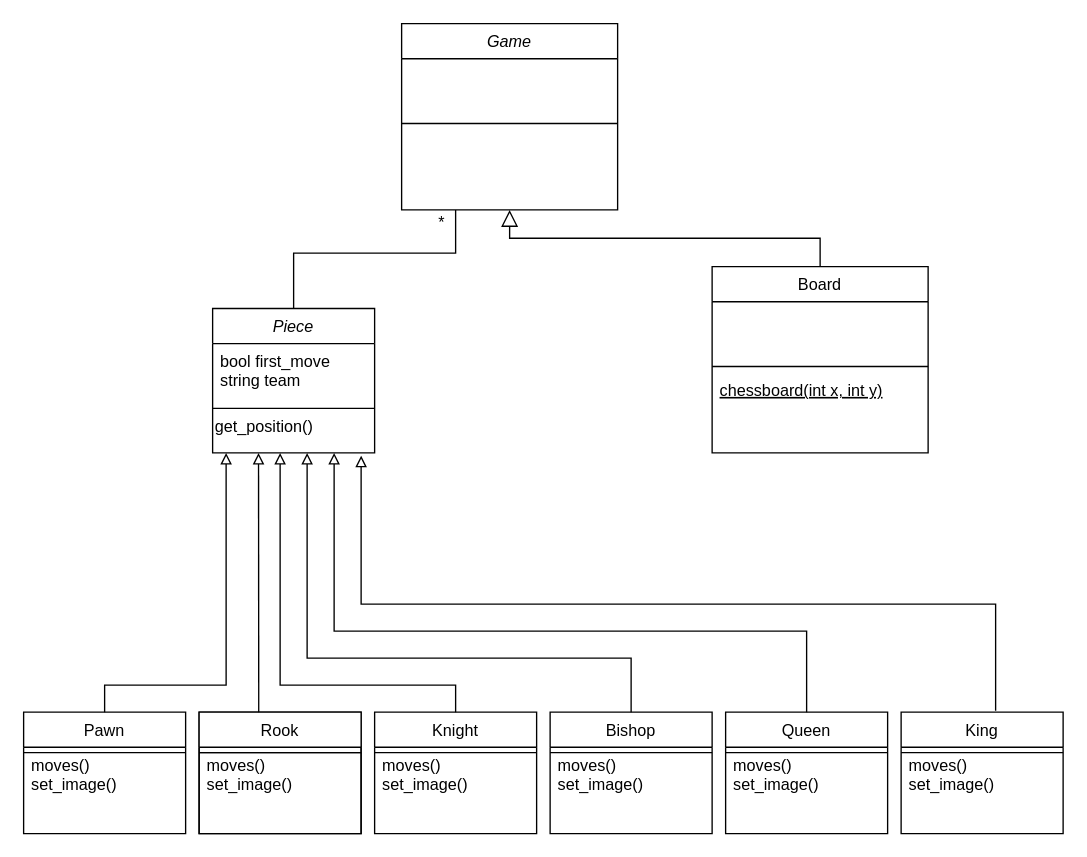
Before: images/Untitled Diagram.drawio in Knackie/chess, a draw.io diagram. Source tidied: cells renumbered, new cells numbered last; positions are measured from the earlier drawing's top-left corner, leaving out a move shared by most shapes. Both pictures are drawn from the tidied source at 135%, with x=0, y=0 at pixel (23, 23).
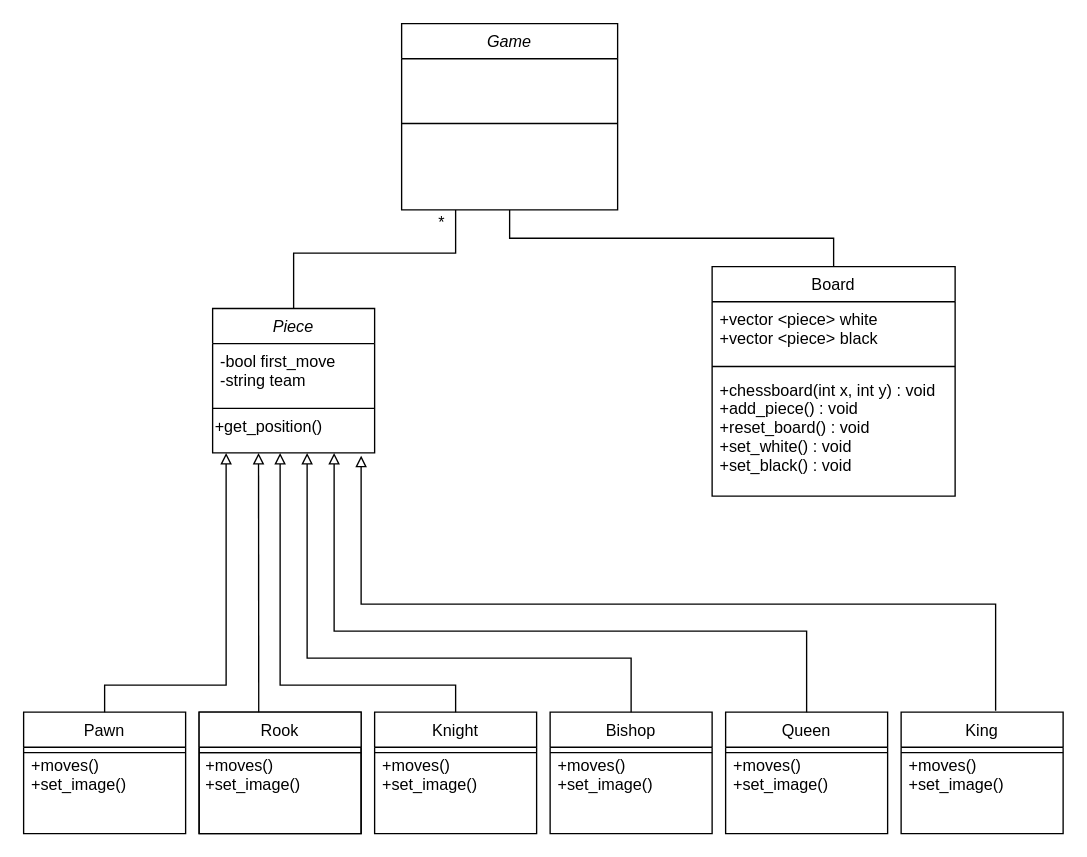
Above is the later version.

Unchanged cells that the change refers to:
```xml
<mxCell id="3" value="Game" style="swimlane;fontStyle=2;align=center;verticalAlign=top;horizontal=1;startSize=26;rounded=0;shadow=0;strokeWidth=1;" parent="1" vertex="1">
  <mxGeometry x="280" width="160" height="138" as="geometry" />
</mxCell>
<mxCell id="30" value="Piece" style="swimlane;fontStyle=2;align=center;verticalAlign=top;horizontal=1;startSize=26;rounded=0;shadow=0;strokeWidth=1;" parent="1" vertex="1">
  <mxGeometry x="140" y="211" width="120" height="107" as="geometry" />
</mxCell>
```

What changed in the source:
```diff
@@
-    <mxCell id="2" style="endArrow=block;endSize=10;endFill=0;shadow=0;strokeWidth=1;rounded=0;edgeStyle=elbowEdgeStyle;elbow=vertical;" parent="1" edge="1" source="26" target="3">
+    <mxCell id="2" style="endArrow=none;endSize=10;endFill=0;shadow=0;strokeWidth=1;rounded=0;edgeStyle=elbowEdgeStyle;elbow=vertical;" parent="1" edge="1" source="26" target="3">
       <mxGeometry relative="1" as="geometry" />
     </mxCell>
@@
-    <mxCell id="6" value="moves()&#10;set_image()&#10;&#10;&#10;" style="text;align=left;verticalAlign=top;spacingLeft=4;spacingRight=4;overflow=hidden;" parent="1" vertex="1">
+    <mxCell id="6" value="+moves()&#10;+set_image()&#10;&#10;&#10;" style="text;align=left;verticalAlign=top;spacingLeft=4;spacingRight=4;overflow=hidden;" parent="1" vertex="1">
       <mxGeometry y="536" width="120" height="44" as="geometry" />
     </mxCell>
-    <mxCell id="7" value="moves()&#10;set_image()&#10;&#10;&#10;" style="text;align=left;verticalAlign=top;spacingLeft=4;spacingRight=4;overflow=hidden;" parent="1" vertex="1">
-      <mxGeometry x="130" y="536" width="120" height="44" as="geometry" />
+    <mxCell id="7" value="+moves()&#10;+set_image()&#10;&#10;&#10;" style="text;align=left;verticalAlign=top;spacingLeft=4;spacingRight=4;overflow=hidden;" parent="1" vertex="1">
+      <mxGeometry x="129" y="536" width="120" height="44" as="geometry" />
     </mxCell>
-    <mxCell id="8" value="moves()&#10;set_image()&#10;&#10;&#10;" style="text;align=left;verticalAlign=top;spacingLeft=4;spacingRight=4;overflow=hidden;" parent="1" vertex="1">
+    <mxCell id="8" value="+moves()&#10;+set_image()&#10;&#10;&#10;" style="text;align=left;verticalAlign=top;spacingLeft=4;spacingRight=4;overflow=hidden;" parent="1" vertex="1">
       <mxGeometry x="260" y="536" width="120" height="44" as="geometry" />
     </mxCell>
-    <mxCell id="9" value="moves()&#10;set_image()&#10;&#10;&#10;" style="text;align=left;verticalAlign=top;spacingLeft=4;spacingRight=4;overflow=hidden;" parent="1" vertex="1">
+    <mxCell id="9" value="+moves()&#10;+set_image()&#10;&#10;&#10;" style="text;align=left;verticalAlign=top;spacingLeft=4;spacingRight=4;overflow=hidden;" parent="1" vertex="1">
       <mxGeometry x="390" y="536" width="120" height="44" as="geometry" />
     </mxCell>
-    <mxCell id="10" value="moves()&#10;set_image()&#10;&#10;&#10;" style="text;align=left;verticalAlign=top;spacingLeft=4;spacingRight=4;overflow=hidden;" parent="1" vertex="1">
+    <mxCell id="10" value="+moves()&#10;+set_image()&#10;&#10;&#10;" style="text;align=left;verticalAlign=top;spacingLeft=4;spacingRight=4;overflow=hidden;" parent="1" vertex="1">
       <mxGeometry x="520" y="536" width="120" height="44" as="geometry" />
     </mxCell>
-    <mxCell id="11" value="moves()&#10;set_image()&#10;&#10;&#10;" style="text;align=left;verticalAlign=top;spacingLeft=4;spacingRight=4;overflow=hidden;" parent="1" vertex="1">
+    <mxCell id="11" value="+moves()&#10;+set_image()&#10;&#10;&#10;" style="text;align=left;verticalAlign=top;spacingLeft=4;spacingRight=4;overflow=hidden;" parent="1" vertex="1">
       <mxGeometry x="650" y="536" width="120" height="44" as="geometry" />
     </mxCell>
@@
     <mxCell id="26" value="Board" style="swimlane;fontStyle=0;align=center;verticalAlign=top;horizontal=1;startSize=26;rounded=0;shadow=0;strokeWidth=1;" parent="1" vertex="1">
-      <mxGeometry x="510" y="180" width="160" height="138" as="geometry" />
+      <mxGeometry x="510" y="180" width="180" height="170" as="geometry" />
     </mxCell>
-    <mxCell id="27" value="&#10;&#10;" style="text;align=left;verticalAlign=top;spacingLeft=4;spacingRight=4;overflow=hidden;rounded=0;shadow=0;html=0;" parent="26" vertex="1">
-      <mxGeometry y="26" width="160" height="44" as="geometry" />
+    <mxCell id="27" value="+vector &lt;piece&gt; white&#10;+vector &lt;piece&gt; black&#10;" style="text;align=left;verticalAlign=top;spacingLeft=4;spacingRight=4;overflow=hidden;rounded=0;shadow=0;html=0;" parent="26" vertex="1">
+      <mxGeometry y="26" width="180" height="44" as="geometry" />
     </mxCell>
     <mxCell id="28" style="line;html=1;strokeWidth=1;align=left;verticalAlign=middle;spacingTop=-1;spacingLeft=3;spacingRight=3;labelPosition=right;" parent="26" vertex="1">
-      <mxGeometry y="70" width="160" height="8" as="geometry" />
+      <mxGeometry y="70" width="180" height="8" as="geometry" />
     </mxCell>
-    <mxCell id="29" value="chessboard(int x, int y)" style="text;align=left;verticalAlign=top;spacingLeft=4;spacingRight=4;overflow=hidden;fontStyle=4;" parent="26" vertex="1">
-      <mxGeometry y="78" width="160" height="26" as="geometry" />
+    <mxCell id="29" value="+chessboard(int x, int y) : void&#10;+add_piece() : void&#10;+reset_board() : void&#10;+set_white() : void&#10;+set_black() : void&#10;&#10;" style="text;align=left;verticalAlign=top;spacingLeft=4;spacingRight=4;overflow=hidden;fontStyle=0;" parent="26" vertex="1">
+      <mxGeometry y="78" width="180" height="82" as="geometry" />
     </mxCell>
@@
-    <mxCell id="31" value="bool first_move&#10;string team&#10;" style="text;align=left;verticalAlign=top;spacingLeft=4;spacingRight=4;overflow=hidden;rounded=0;shadow=0;html=0;" parent="30" vertex="1">
+    <mxCell id="31" value="-bool first_move&#10;-string team&#10;" style="text;align=left;verticalAlign=top;spacingLeft=4;spacingRight=4;overflow=hidden;rounded=0;shadow=0;html=0;" parent="30" vertex="1">
       <mxGeometry y="26" width="120" height="44" as="geometry" />
     </mxCell>
@@
-    <mxCell id="33" value="get_position()" style="text;html=1;align=left;verticalAlign=middle;" parent="30" vertex="1">
+    <mxCell id="33" value="+get_position() " style="text;html=1;align=left;verticalAlign=middle;" parent="30" vertex="1">
       <mxGeometry y="78" width="120" height="20" as="geometry" />
     </mxCell>
```
